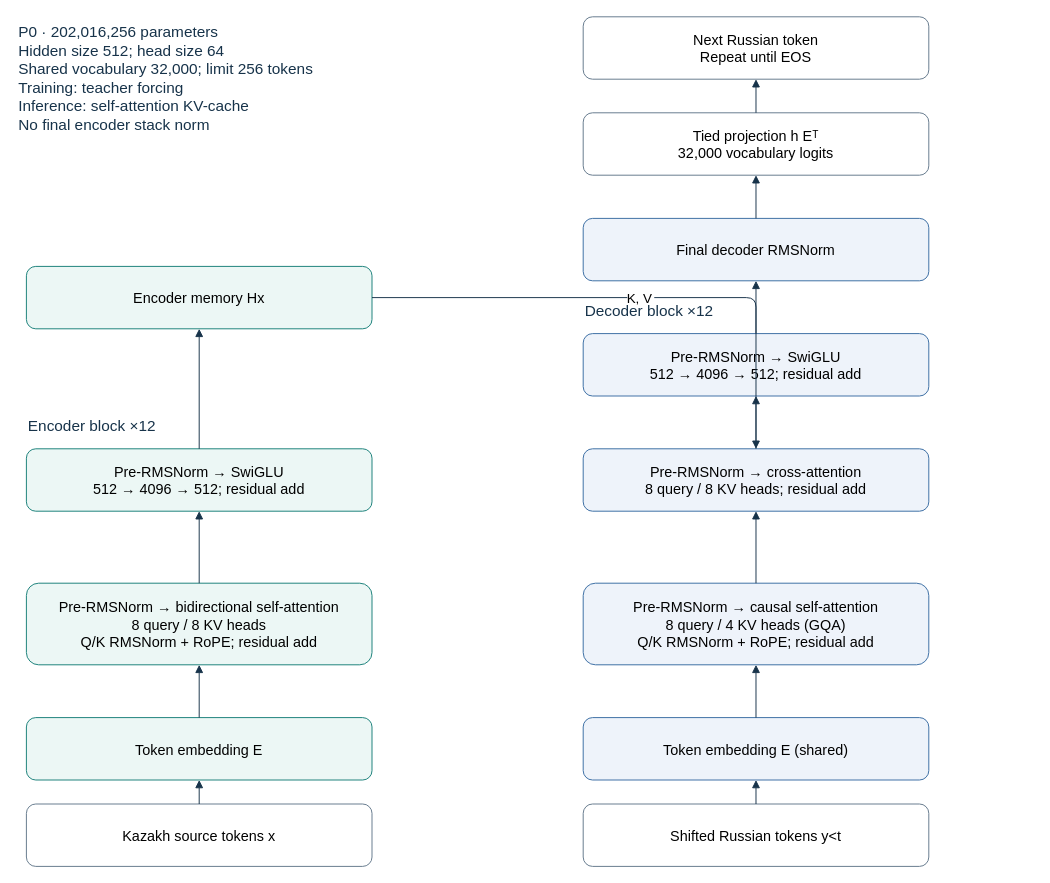
Earlier version of the draw.io diagram docs/p0-report/figures/p0-architecture.drawio (Ruslon1/kk-ru). Source tidied: cells renumbered, new cells numbered last; positions are measured from the earlier drawing's top-left corner, leaving out a move shared by most shapes. Both pictures are drawn from the tidied source at 96%, with x=0, y=0 at pixel (16, 16).
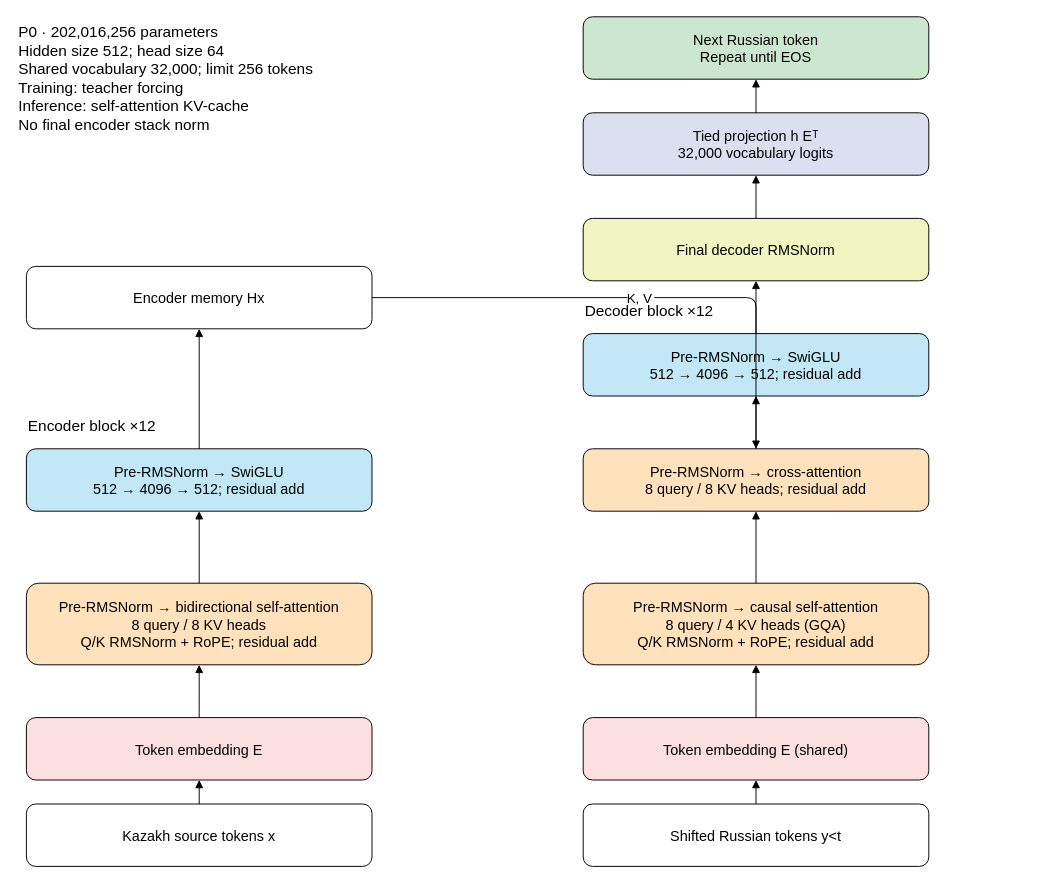
Above is the later version.

What changed in the source:
```diff
@@
-    <mxCell id="2" value="Kazakh source tokens x" style="rounded=1;whiteSpace=wrap;html=0;fontSize=15;fillColor=#FFFFFF;strokeColor=#64798C;" parent="1" vertex="1">
+    <mxCell id="2" value="Kazakh source tokens x" style="rounded=1;whiteSpace=wrap;html=0;fontFamily=Helvetica;fontSize=15;fillColor=#FFFFFF;strokeColor=#000000;" parent="1" vertex="1">
       <mxGeometry x="10" y="820" width="360" height="65" as="geometry" />
     </mxCell>
-    <mxCell id="3" value="Shifted Russian tokens y&lt;t" style="rounded=1;whiteSpace=wrap;html=0;fontSize=15;fillColor=#FFFFFF;strokeColor=#64798C;" parent="1" vertex="1">
+    <mxCell id="3" value="Shifted Russian tokens y&lt;t" style="rounded=1;whiteSpace=wrap;html=0;fontFamily=Helvetica;fontSize=15;fillColor=#FFFFFF;strokeColor=#000000;" parent="1" vertex="1">
       <mxGeometry x="590" y="820" width="360" height="65" as="geometry" />
     </mxCell>
-    <mxCell id="4" value="Token embedding E" style="rounded=1;whiteSpace=wrap;html=0;fontSize=15;fillColor=#ECF7F5;strokeColor=#187F79;" parent="1" vertex="1">
+    <mxCell id="4" value="Token embedding E" style="rounded=1;whiteSpace=wrap;html=0;fontFamily=Helvetica;fontSize=15;fillColor=#FCE0E1;strokeColor=#000000;" parent="1" vertex="1">
       <mxGeometry x="10" y="730" width="360" height="65" as="geometry" />
     </mxCell>
-    <mxCell id="5" value="Token embedding E (shared)" style="rounded=1;whiteSpace=wrap;html=0;fontSize=15;fillColor=#EEF3FA;strokeColor=#396CA3;" parent="1" vertex="1">
+    <mxCell id="5" value="Token embedding E (shared)" style="rounded=1;whiteSpace=wrap;html=0;fontFamily=Helvetica;fontSize=15;fillColor=#FCE0E1;strokeColor=#000000;" parent="1" vertex="1">
       <mxGeometry x="590" y="730" width="360" height="65" as="geometry" />
     </mxCell>
-    <mxCell id="6" value="Pre-RMSNorm → bidirectional self-attention&#10;8 query / 8 KV heads&#10;Q/K RMSNorm + RoPE; residual add" style="rounded=1;whiteSpace=wrap;html=0;fontSize=15;fillColor=#ECF7F5;strokeColor=#187F79;" parent="1" vertex="1">
+    <mxCell id="6" value="Pre-RMSNorm → bidirectional self-attention&#10;8 query / 8 KV heads&#10;Q/K RMSNorm + RoPE; residual add" style="rounded=1;whiteSpace=wrap;html=0;fontFamily=Helvetica;fontSize=15;fillColor=#FFE2BB;strokeColor=#000000;" parent="1" vertex="1">
       <mxGeometry x="10" y="590" width="360" height="85" as="geometry" />
     </mxCell>
-    <mxCell id="7" value="Pre-RMSNorm → SwiGLU&#10;512 → 4096 → 512; residual add" style="rounded=1;whiteSpace=wrap;html=0;fontSize=15;fillColor=#ECF7F5;strokeColor=#187F79;" parent="1" vertex="1">
+    <mxCell id="7" value="Pre-RMSNorm → SwiGLU&#10;512 → 4096 → 512; residual add" style="rounded=1;whiteSpace=wrap;html=0;fontFamily=Helvetica;fontSize=15;fillColor=#C2E8F7;strokeColor=#000000;" parent="1" vertex="1">
       <mxGeometry x="10" y="450" width="360" height="65" as="geometry" />
     </mxCell>
-    <mxCell id="8" value="Pre-RMSNorm → causal self-attention&#10;8 query / 4 KV heads (GQA)&#10;Q/K RMSNorm + RoPE; residual add" style="rounded=1;whiteSpace=wrap;html=0;fontSize=15;fillColor=#EEF3FA;strokeColor=#396CA3;" parent="1" vertex="1">
+    <mxCell id="8" value="Pre-RMSNorm → causal self-attention&#10;8 query / 4 KV heads (GQA)&#10;Q/K RMSNorm + RoPE; residual add" style="rounded=1;whiteSpace=wrap;html=0;fontFamily=Helvetica;fontSize=15;fillColor=#FFE2BB;strokeColor=#000000;" parent="1" vertex="1">
       <mxGeometry x="590" y="590" width="360" height="85" as="geometry" />
     </mxCell>
-    <mxCell id="9" value="Pre-RMSNorm → cross-attention&#10;8 query / 8 KV heads; residual add" style="rounded=1;whiteSpace=wrap;html=0;fontSize=15;fillColor=#EEF3FA;strokeColor=#396CA3;" parent="1" vertex="1">
+    <mxCell id="9" value="Pre-RMSNorm → cross-attention&#10;8 query / 8 KV heads; residual add" style="rounded=1;whiteSpace=wrap;html=0;fontFamily=Helvetica;fontSize=15;fillColor=#FFE2BB;strokeColor=#000000;" parent="1" vertex="1">
       <mxGeometry x="590" y="450" width="360" height="65" as="geometry" />
     </mxCell>
-    <mxCell id="10" value="Pre-RMSNorm → SwiGLU&#10;512 → 4096 → 512; residual add" style="rounded=1;whiteSpace=wrap;html=0;fontSize=15;fillColor=#EEF3FA;strokeColor=#396CA3;" parent="1" vertex="1">
+    <mxCell id="10" value="Pre-RMSNorm → SwiGLU&#10;512 → 4096 → 512; residual add" style="rounded=1;whiteSpace=wrap;html=0;fontFamily=Helvetica;fontSize=15;fillColor=#C2E8F7;strokeColor=#000000;" parent="1" vertex="1">
       <mxGeometry x="590" y="330" width="360" height="65" as="geometry" />
     </mxCell>
-    <mxCell id="11" value="Encoder memory Hx" style="rounded=1;whiteSpace=wrap;html=0;fontSize=15;fillColor=#ECF7F5;strokeColor=#187F79;" parent="1" vertex="1">
+    <mxCell id="11" value="Encoder memory Hx" style="rounded=1;whiteSpace=wrap;html=0;fontFamily=Helvetica;fontSize=15;fillColor=#FFFFFF;strokeColor=#000000;" parent="1" vertex="1">
       <mxGeometry x="10" y="260" width="360" height="65" as="geometry" />
     </mxCell>
-    <mxCell id="12" value="Final decoder RMSNorm" style="rounded=1;whiteSpace=wrap;html=0;fontSize=15;fillColor=#EEF3FA;strokeColor=#396CA3;" parent="1" vertex="1">
+    <mxCell id="12" value="Final decoder RMSNorm" style="rounded=1;whiteSpace=wrap;html=0;fontFamily=Helvetica;fontSize=15;fillColor=#F2F4C1;strokeColor=#000000;" parent="1" vertex="1">
       <mxGeometry x="590" y="210" width="360" height="65" as="geometry" />
     </mxCell>
-    <mxCell id="13" value="Tied projection h Eᵀ&#10;32,000 vocabulary logits" style="rounded=1;whiteSpace=wrap;html=0;fontSize=15;fillColor=#FFFFFF;strokeColor=#64798C;" parent="1" vertex="1">
+    <mxCell id="13" value="Tied projection h Eᵀ&#10;32,000 vocabulary logits" style="rounded=1;whiteSpace=wrap;html=0;fontFamily=Helvetica;fontSize=15;fillColor=#DBDFEF;strokeColor=#000000;" parent="1" vertex="1">
       <mxGeometry x="590" y="100" width="360" height="65" as="geometry" />
     </mxCell>
-    <mxCell id="14" value="Next Russian token&#10;Repeat until EOS" style="rounded=1;whiteSpace=wrap;html=0;fontSize=15;fillColor=#FFFFFF;strokeColor=#64798C;" parent="1" vertex="1">
+    <mxCell id="14" value="Next Russian token&#10;Repeat until EOS" style="rounded=1;whiteSpace=wrap;html=0;fontFamily=Helvetica;fontSize=15;fillColor=#CCE7CF;strokeColor=#000000;" parent="1" vertex="1">
       <mxGeometry x="590" width="360" height="65" as="geometry" />
     </mxCell>
-    <mxCell id="15" style="edgeStyle=orthogonalEdgeStyle;endArrow=block;strokeColor=#17334A;fontSize=14;" parent="1" edge="1" source="2" target="4">
+    <mxCell id="15" style="edgeStyle=orthogonalEdgeStyle;endArrow=block;strokeColor=#000000;fontSize=14;" parent="1" edge="1" source="2" target="4">
       <mxGeometry relative="1" as="geometry" />
     </mxCell>
-    <mxCell id="16" style="edgeStyle=orthogonalEdgeStyle;endArrow=block;strokeColor=#17334A;fontSize=14;" parent="1" edge="1" source="4" target="6">
+    <mxCell id="16" style="edgeStyle=orthogonalEdgeStyle;endArrow=block;strokeColor=#000000;fontSize=14;" parent="1" edge="1" source="4" target="6">
       <mxGeometry relative="1" as="geometry" />
     </mxCell>
-    <mxCell id="17" style="edgeStyle=orthogonalEdgeStyle;endArrow=block;strokeColor=#17334A;fontSize=14;" parent="1" edge="1" source="6" target="7">
+    <mxCell id="17" style="edgeStyle=orthogonalEdgeStyle;endArrow=block;strokeColor=#000000;fontSize=14;" parent="1" edge="1" source="6" target="7">
       <mxGeometry relative="1" as="geometry" />
     </mxCell>
-    <mxCell id="18" style="edgeStyle=orthogonalEdgeStyle;endArrow=block;strokeColor=#17334A;fontSize=14;" parent="1" edge="1" source="7" target="11">
+    <mxCell id="18" style="edgeStyle=orthogonalEdgeStyle;endArrow=block;strokeColor=#000000;fontSize=14;" parent="1" edge="1" source="7" target="11">
       <mxGeometry relative="1" as="geometry" />
     </mxCell>
-    <mxCell id="19" style="edgeStyle=orthogonalEdgeStyle;endArrow=block;strokeColor=#17334A;fontSize=14;" parent="1" edge="1" source="3" target="5">
+    <mxCell id="19" style="edgeStyle=orthogonalEdgeStyle;endArrow=block;strokeColor=#000000;fontSize=14;" parent="1" edge="1" source="3" target="5">
       <mxGeometry relative="1" as="geometry" />
     </mxCell>
-    <mxCell id="20" style="edgeStyle=orthogonalEdgeStyle;endArrow=block;strokeColor=#17334A;fontSize=14;" parent="1" edge="1" source="5" target="8">
+    <mxCell id="20" style="edgeStyle=orthogonalEdgeStyle;endArrow=block;strokeColor=#000000;fontSize=14;" parent="1" edge="1" source="5" target="8">
       <mxGeometry relative="1" as="geometry" />
     </mxCell>
-    <mxCell id="21" style="edgeStyle=orthogonalEdgeStyle;endArrow=block;strokeColor=#17334A;fontSize=14;" parent="1" edge="1" source="8" target="9">
+    <mxCell id="21" style="edgeStyle=orthogonalEdgeStyle;endArrow=block;strokeColor=#000000;fontSize=14;" parent="1" edge="1" source="8" target="9">
       <mxGeometry relative="1" as="geometry" />
     </mxCell>
-    <mxCell id="22" style="edgeStyle=orthogonalEdgeStyle;endArrow=block;strokeColor=#17334A;fontSize=14;" parent="1" edge="1" source="9" target="10">
+    <mxCell id="22" style="edgeStyle=orthogonalEdgeStyle;endArrow=block;strokeColor=#000000;fontSize=14;" parent="1" edge="1" source="9" target="10">
       <mxGeometry relative="1" as="geometry" />
     </mxCell>
-    <mxCell id="23" style="edgeStyle=orthogonalEdgeStyle;endArrow=block;strokeColor=#17334A;fontSize=14;" parent="1" edge="1" source="10" target="12">
+    <mxCell id="23" style="edgeStyle=orthogonalEdgeStyle;endArrow=block;strokeColor=#000000;fontSize=14;" parent="1" edge="1" source="10" target="12">
       <mxGeometry relative="1" as="geometry" />
     </mxCell>
-    <mxCell id="24" style="edgeStyle=orthogonalEdgeStyle;endArrow=block;strokeColor=#17334A;fontSize=14;" parent="1" edge="1" source="12" target="13">
+    <mxCell id="24" style="edgeStyle=orthogonalEdgeStyle;endArrow=block;strokeColor=#000000;fontSize=14;" parent="1" edge="1" source="12" target="13">
       <mxGeometry relative="1" as="geometry" />
     </mxCell>
-    <mxCell id="25" style="edgeStyle=orthogonalEdgeStyle;endArrow=block;strokeColor=#17334A;fontSize=14;" parent="1" edge="1" source="13" target="14">
+    <mxCell id="25" style="edgeStyle=orthogonalEdgeStyle;endArrow=block;strokeColor=#000000;fontSize=14;" parent="1" edge="1" source="13" target="14">
       <mxGeometry relative="1" as="geometry" />
     </mxCell>
-    <mxCell id="26" value="K, V" style="edgeStyle=orthogonalEdgeStyle;endArrow=block;strokeColor=#17334A;fontSize=14;" parent="1" edge="1" source="11" target="9">
+    <mxCell id="26" value="K, V" style="edgeStyle=orthogonalEdgeStyle;endArrow=block;strokeColor=#000000;fontSize=14;" parent="1" edge="1" source="11" target="9">
       <mxGeometry relative="1" as="geometry" />
     </mxCell>
-    <mxCell id="27" value="Encoder block ×12" style="text;whiteSpace=wrap;html=0;fontSize=16;fontColor=#17334A;align=left;" parent="1" vertex="1">
+    <mxCell id="27" value="Encoder block ×12" style="text;whiteSpace=wrap;html=0;fontSize=16;fontFamily=Helvetica;fontColor=#000000;align=left;" parent="1" vertex="1">
       <mxGeometry x="10" y="410" width="470" height="35" as="geometry" />
     </mxCell>
-    <mxCell id="28" value="Decoder block ×12" style="text;whiteSpace=wrap;html=0;fontSize=16;fontColor=#17334A;align=left;" parent="1" vertex="1">
+    <mxCell id="28" value="Decoder block ×12" style="text;whiteSpace=wrap;html=0;fontSize=16;fontFamily=Helvetica;fontColor=#000000;align=left;" parent="1" vertex="1">
       <mxGeometry x="590" y="290" width="470" height="35" as="geometry" />
     </mxCell>
-    <mxCell id="29" value="P0 · 202,016,256 parameters&#10;Hidden size 512; head size 64&#10;Shared vocabulary 32,000; limit 256 tokens&#10;Training: teacher forcing&#10;Inference: self-attention KV-cache&#10;No final encoder stack norm" style="text;whiteSpace=wrap;html=0;fontSize=16;fontColor=#17334A;align=left;" parent="1" vertex="1">
+    <mxCell id="29" value="P0 · 202,016,256 parameters&#10;Hidden size 512; head size 64&#10;Shared vocabulary 32,000; limit 256 tokens&#10;Training: teacher forcing&#10;Inference: self-attention KV-cache&#10;No final encoder stack norm" style="text;whiteSpace=wrap;html=0;fontSize=16;fontFamily=Helvetica;fontColor=#000000;align=left;" parent="1" vertex="1">
       <mxGeometry width="470" height="170" as="geometry" />
     </mxCell>
```
